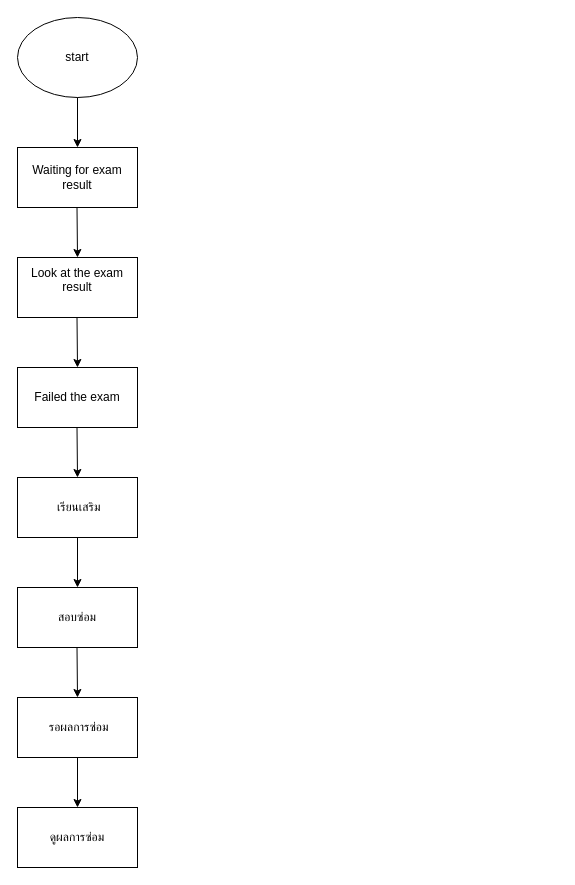
Above: 2-6-26-7-2023-ว22103.drawio in patin-osu/files-manager (draw.io), before the change. Source tidied: cells renumbered, new cells numbered last; positions are measured from the earlier drawing's top-left corner, leaving out a move shared by most shapes. Both pictures are drawn from the tidied source at 100%, with x=0, y=0 at pixel (17, 17).
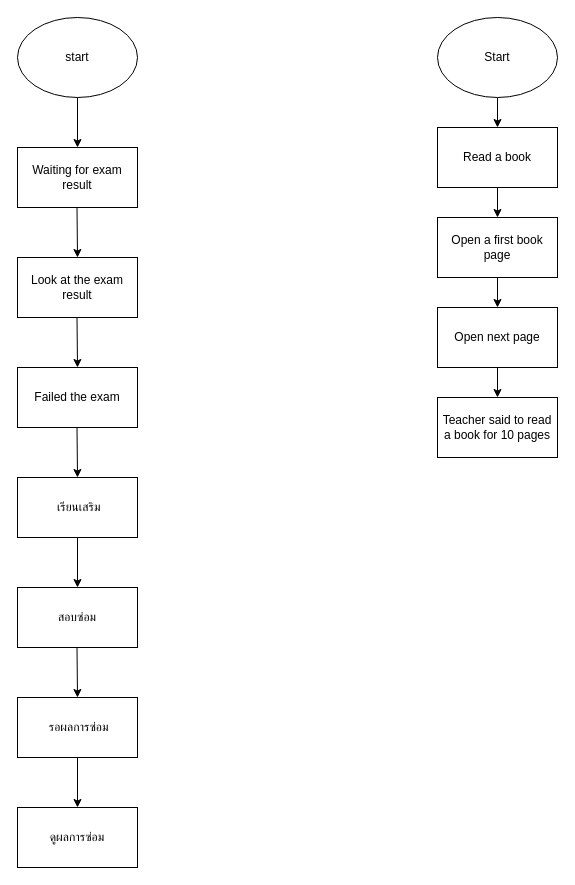
The same diagram, later.

The edit, as a diff of the source:
```diff
@@
-    <mxCell id="5" value="&lt;div&gt;Look at the exam result&lt;/div&gt;&lt;div&gt;&lt;br&gt;&lt;/div&gt;" style="rounded=0;whiteSpace=wrap;html=1;" parent="1" vertex="1">
+    <mxCell id="5" value="&lt;div&gt;Look at the exam result&lt;/div&gt;" style="rounded=0;whiteSpace=wrap;html=1;" parent="1" vertex="1">
       <mxGeometry y="240" width="120" height="60" as="geometry" />
     </mxCell>
@@
+    <mxCell id="17" style="edgeStyle=orthogonalEdgeStyle;rounded=0;jettySize=auto;html=1;exitX=0.5;exitY=1;exitDx=0;exitDy=0;" parent="1" edge="1" source="18" target="20">
+      <mxGeometry relative="1" as="geometry" />
+    </mxCell>
+    <mxCell id="18" value="Start" style="ellipse;whiteSpace=wrap;html=1;" parent="1" vertex="1">
+      <mxGeometry x="420" width="120" height="80" as="geometry" />
+    </mxCell>
+    <mxCell id="19" style="edgeStyle=orthogonalEdgeStyle;rounded=0;jettySize=auto;html=1;exitX=0.5;exitY=1;exitDx=0;exitDy=0;entryX=0.5;entryY=0;entryDx=0;entryDy=0;" parent="1" edge="1" source="20" target="22">
+      <mxGeometry relative="1" as="geometry" />
+    </mxCell>
+    <mxCell id="20" value="&lt;div&gt;Read a book&lt;/div&gt;" style="rounded=0;whiteSpace=wrap;html=1;" parent="1" vertex="1">
+      <mxGeometry x="420" y="110" width="120" height="60" as="geometry" />
+    </mxCell>
+    <mxCell id="21" style="edgeStyle=orthogonalEdgeStyle;rounded=0;jettySize=auto;html=1;exitX=0.5;exitY=1;exitDx=0;exitDy=0;entryX=0.5;entryY=0;entryDx=0;entryDy=0;" parent="1" edge="1" source="22" target="24">
+      <mxGeometry relative="1" as="geometry" />
+    </mxCell>
+    <mxCell id="22" value="&lt;div&gt;Open a first book page&lt;/div&gt;" style="rounded=0;whiteSpace=wrap;html=1;" parent="1" vertex="1">
+      <mxGeometry x="420" y="200" width="120" height="60" as="geometry" />
+    </mxCell>
+    <mxCell id="23" style="edgeStyle=orthogonalEdgeStyle;rounded=0;jettySize=auto;html=1;exitX=0.5;exitY=1;exitDx=0;exitDy=0;entryX=0.5;entryY=0;entryDx=0;entryDy=0;" parent="1" edge="1" source="24" target="25">
+      <mxGeometry relative="1" as="geometry" />
+    </mxCell>
+    <mxCell id="24" value="Open next page" style="rounded=0;whiteSpace=wrap;html=1;" parent="1" vertex="1">
+      <mxGeometry x="420" y="290" width="120" height="60" as="geometry" />
+    </mxCell>
+    <mxCell id="25" value="&lt;div&gt;Teacher said to read a book for 10 pages&lt;/div&gt;" style="rounded=0;whiteSpace=wrap;html=1;" parent="1" vertex="1">
+      <mxGeometry x="420" y="380" width="120" height="60" as="geometry" />
+    </mxCell>
```
